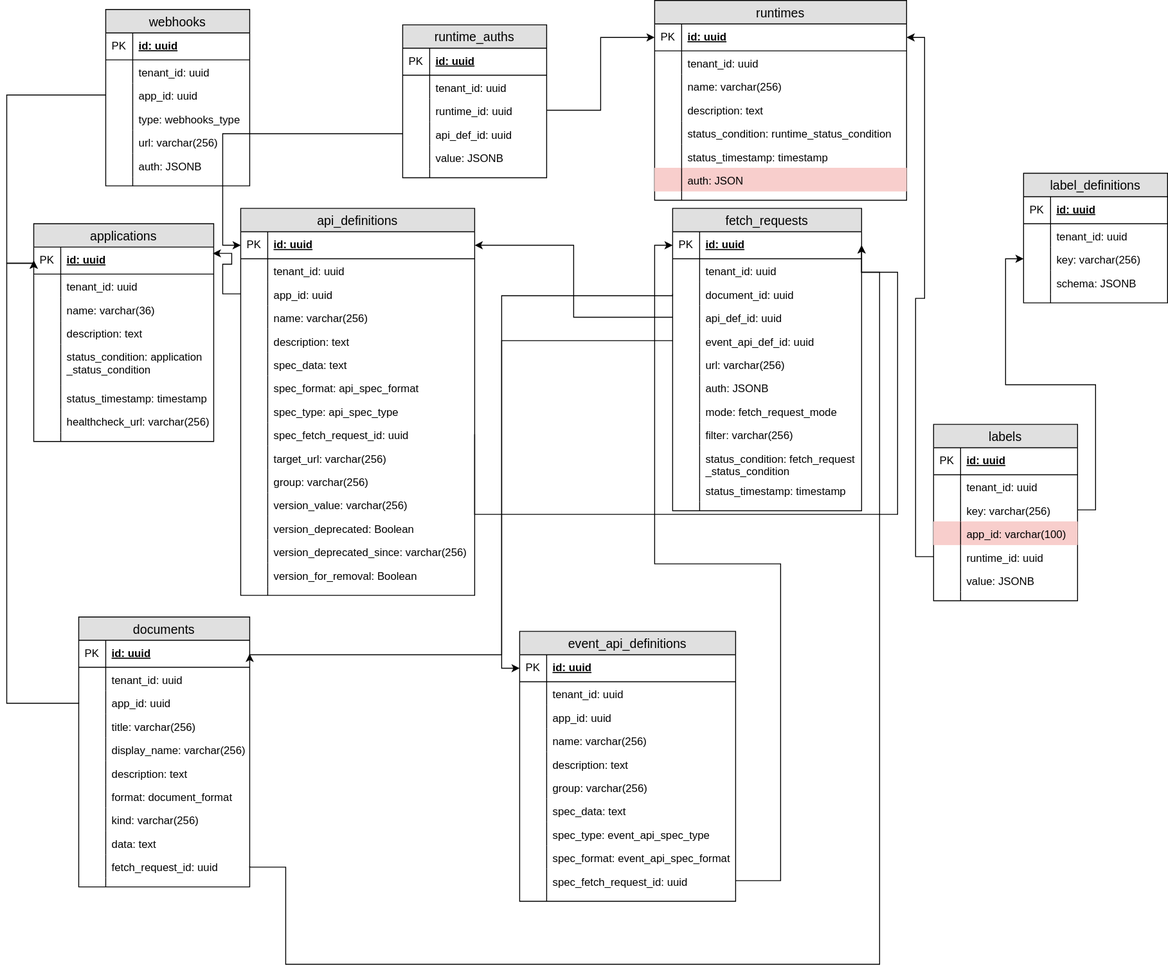
Above: docs/architecture/assets/entity_diagram.svg in kyma-incubator/compass (draw.io), before the change. Source tidied: cells renumbered, new cells last; positions are measured from the earlier drawing's top-left corner, leaving out a move shared by most shapes.
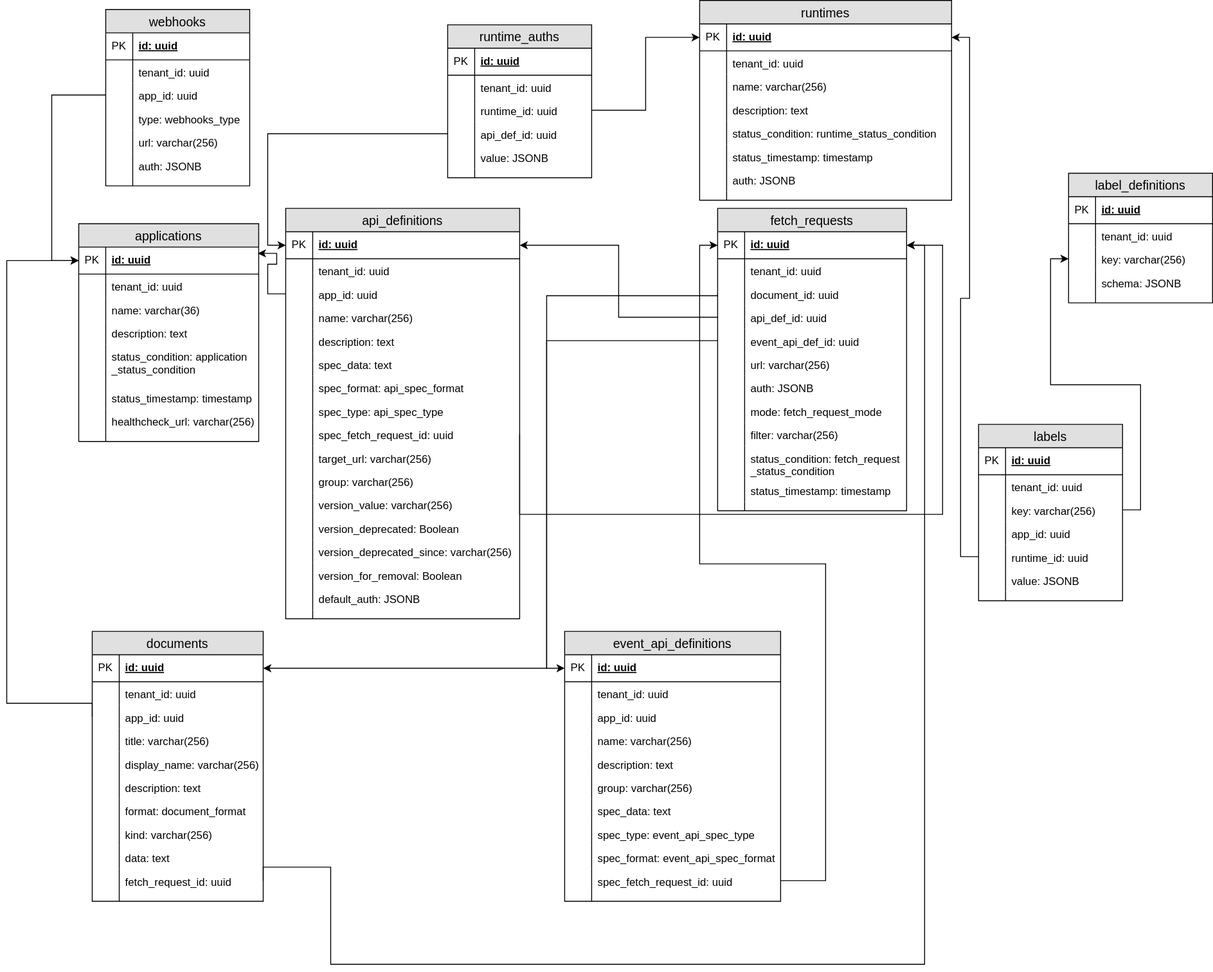
Later version of the same file.

Commit message:
Update schema and DB diagram

Change to the diagram source:
```diff
@@ -54,7 +54,7 @@
       <mxGeometry width="30" height="10" as="geometry" />
     </mxCell>
     <mxCell id="19" value="webhooks" style="swimlane;fontStyle=0;horizontal=1;startSize=26;fillColor=#e0e0e0;swimlaneFillColor=#ffffff;align=center;fontSize=14;" parent="1" vertex="1">
-      <mxGeometry x="110" y="10" width="160" height="196" as="geometry" />
+      <mxGeometry x="60" y="10" width="160" height="196" as="geometry" />
     </mxCell>
     <mxCell id="20" value="id: uuid" style="shape=partialRectangle;top=0;left=0;right=0;bottom=1;align=left;verticalAlign=middle;fillColor=none;spacingLeft=34;spacingRight=4;overflow=hidden;fontStyle=5;fontSize=12;" parent="19" vertex="1">
       <mxGeometry y="26" width="160" height="30" as="geometry" />
@@ -213,7 +213,7 @@
       <mxGeometry width="30" height="10" as="geometry" />
     </mxCell>
     <mxCell id="72" value="api_definitions" style="swimlane;fontStyle=0;horizontal=1;startSize=26;fillColor=#e0e0e0;swimlaneFillColor=#ffffff;align=center;fontSize=14;" parent="1" vertex="1">
-      <mxGeometry x="260" y="231" width="260" height="430" as="geometry" />
+      <mxGeometry x="260" y="231" width="260" height="456" as="geometry" />
     </mxCell>
     <mxCell id="73" value="id: uuid" style="shape=partialRectangle;top=0;left=0;right=0;bottom=1;align=left;verticalAlign=middle;fillColor=none;spacingLeft=34;spacingRight=4;overflow=hidden;points=[[0,0.5],[1,0.5]];portConstraint=eastwest;fontStyle=5;fontSize=12;" parent="72" vertex="1">
       <mxGeometry y="26" width="260" height="30" as="geometry" />
@@ -305,8 +305,14 @@
     <mxCell id="102" style="shape=partialRectangle;top=0;left=0;bottom=0;fillColor=none;align=left;verticalAlign=top;spacingLeft=4;spacingRight=4;overflow=hidden;fontSize=12;" parent="101" vertex="1">
       <mxGeometry width="30" height="26" as="geometry" />
     </mxCell>
+    <mxCell id="207" value="default_auth: JSONB" style="shape=partialRectangle;top=0;left=0;right=0;bottom=0;align=left;verticalAlign=top;fillColor=none;spacingLeft=34;spacingRight=4;overflow=hidden;fontSize=12;" parent="72" vertex="1">
+      <mxGeometry y="420" width="260" height="26" as="geometry" />
+    </mxCell>
+    <mxCell id="208" style="shape=partialRectangle;top=0;left=0;bottom=0;fillColor=none;align=left;verticalAlign=top;spacingLeft=4;spacingRight=4;overflow=hidden;fontSize=12;" parent="207" vertex="1">
+      <mxGeometry width="30" height="26" as="geometry" />
+    </mxCell>
     <mxCell id="103" style="shape=partialRectangle;top=0;left=0;right=0;bottom=0;align=left;verticalAlign=top;fillColor=none;spacingLeft=34;spacingRight=4;overflow=hidden;fontSize=12;" parent="72" vertex="1">
-      <mxGeometry y="420" width="260" height="10" as="geometry" />
+      <mxGeometry y="446" width="260" height="10" as="geometry" />
     </mxCell>
     <mxCell id="104" style="shape=partialRectangle;top=0;left=0;bottom=0;fillColor=none;align=left;verticalAlign=top;spacingLeft=4;spacingRight=4;overflow=hidden;fontSize=12;" parent="103" vertex="1">
       <mxGeometry width="30" height="10" as="geometry" />
@@ -381,7 +387,7 @@
       <mxGeometry width="30" height="10" as="geometry" />
     </mxCell>
     <mxCell id="128" value="documents" style="swimlane;fontStyle=0;horizontal=1;startSize=26;fillColor=#e0e0e0;swimlaneFillColor=#ffffff;align=center;fontSize=14;" parent="1" vertex="1">
-      <mxGeometry x="80" y="685" width="190" height="300" as="geometry" />
+      <mxGeometry x="45" y="701" width="190" height="300" as="geometry" />
     </mxCell>
     <mxCell id="129" value="id: uuid" style="shape=partialRectangle;top=0;left=0;right=0;bottom=1;align=left;verticalAlign=middle;fillColor=none;spacingLeft=34;spacingRight=4;overflow=hidden;points=[[0,0.5],[1,0.5]];portConstraint=eastwest;fontStyle=5;fontSize=12;" parent="128" vertex="1">
       <mxGeometry y="26" width="190" height="30" as="geometry" />
@@ -453,7 +459,7 @@
       <mxGeometry relative="1" as="geometry">
         <Array as="points">
           <mxPoint y="105" />
-          <mxPoint y="292" />
+          <mxPoint y="289" />
         </Array>
       </mxGeometry>
     </mxCell>
@@ -466,8 +472,9 @@
     <mxCell id="154" style="edgeStyle=orthogonalEdgeStyle;rounded=0;jettySize=auto;html=1;exitX=0;exitY=0.5;exitDx=0;exitDy=0;entryX=1;entryY=0.5;entryDx=0;entryDy=0;" parent="1" edge="1" source="52" target="129">
       <mxGeometry relative="1" as="geometry">
         <Array as="points">
+          <mxPoint x="740" y="328" />
           <mxPoint x="550" y="328" />
-          <mxPoint x="550" y="727" />
+          <mxPoint x="550" y="742" />
         </Array>
       </mxGeometry>
     </mxCell>
@@ -490,11 +497,11 @@
     <mxCell id="158" style="edgeStyle=orthogonalEdgeStyle;rounded=0;jettySize=auto;html=1;exitX=1;exitY=0.5;exitDx=0;exitDy=0;entryX=1;entryY=0.5;entryDx=0;entryDy=0;" parent="1" edge="1" source="147" target="48">
       <mxGeometry relative="1" as="geometry">
         <Array as="points">
+          <mxPoint x="235" y="963" />
           <mxPoint x="310" y="963" />
           <mxPoint x="310" y="1071" />
           <mxPoint x="970" y="1071" />
-          <mxPoint x="970" y="302" />
-          <mxPoint x="950" y="302" />
+          <mxPoint x="970" y="272" />
         </Array>
       </mxGeometry>
     </mxCell>
@@ -503,7 +510,7 @@
         <Array as="points">
           <mxPoint x="520" y="571" />
           <mxPoint x="990" y="571" />
-          <mxPoint x="990" y="302" />
+          <mxPoint x="990" y="272" />
         </Array>
       </mxGeometry>
     </mxCell>
@@ -513,8 +520,9 @@
     <mxCell id="161" style="edgeStyle=orthogonalEdgeStyle;rounded=0;jettySize=auto;html=1;exitX=0;exitY=0.5;exitDx=0;exitDy=0;entryX=0;entryY=0.5;entryDx=0;entryDy=0;" parent="1" edge="1" source="133" target="3">
       <mxGeometry relative="1" as="geometry">
         <Array as="points">
-          <mxPoint y="781" />
-          <mxPoint y="292" />
+          <mxPoint x="45" y="781" />
+          <mxPoint x="-50" y="781" />
+          <mxPoint x="-50" y="289" />
         </Array>
       </mxGeometry>
     </mxCell>
@@ -557,7 +565,7 @@
     <mxCell id="174" style="shape=partialRectangle;top=0;left=0;bottom=0;fillColor=none;align=left;verticalAlign=top;spacingLeft=4;spacingRight=4;overflow=hidden;fontSize=12;" parent="173" vertex="1">
       <mxGeometry width="30" height="26" as="geometry" />
     </mxCell>
-    <mxCell id="175" value="auth: JSON" style="shape=partialRectangle;top=0;left=0;right=0;bottom=0;align=left;verticalAlign=top;fillColor=#f8cecc;spacingLeft=34;spacingRight=4;overflow=hidden;fontSize=12;strokeColor=#b85450;" parent="162" vertex="1">
+    <mxCell id="175" value="auth: JSONB" style="shape=partialRectangle;top=0;left=0;right=0;bottom=0;align=left;verticalAlign=top;spacingLeft=34;spacingRight=4;overflow=hidden;fontSize=12;fillColor=none;" parent="162" vertex="1">
       <mxGeometry y="186" width="280" height="26" as="geometry" />
     </mxCell>
     <mxCell id="176" style="shape=partialRectangle;top=0;left=0;bottom=0;fillColor=none;align=left;verticalAlign=top;spacingLeft=4;spacingRight=4;overflow=hidden;fontSize=12;" parent="175" vertex="1">
@@ -623,7 +631,7 @@
     <mxCell id="196" style="shape=partialRectangle;top=0;left=0;bottom=0;fillColor=none;align=left;verticalAlign=top;spacingLeft=4;spacingRight=4;overflow=hidden;fontSize=12;" parent="195" vertex="1">
       <mxGeometry width="30" height="26" as="geometry" />
     </mxCell>
-    <mxCell id="197" value="app_id: varchar(100)" style="shape=partialRectangle;top=0;left=0;right=0;bottom=0;align=left;verticalAlign=top;fillColor=#f8cecc;spacingLeft=34;spacingRight=4;overflow=hidden;fontSize=12;strokeColor=#b85450;" parent="190" vertex="1">
+    <mxCell id="197" value="app_id: uuid" style="shape=partialRectangle;top=0;left=0;right=0;bottom=0;align=left;verticalAlign=top;fillColor=none;spacingLeft=34;spacingRight=4;overflow=hidden;fontSize=12;strokeColor=#b85450;" parent="190" vertex="1">
       <mxGeometry y="108" width="160" height="26" as="geometry" />
     </mxCell>
     <mxCell id="198" style="shape=partialRectangle;top=0;left=0;bottom=0;fillColor=none;align=left;verticalAlign=top;spacingLeft=4;spacingRight=4;overflow=hidden;fontSize=12;" parent="197" vertex="1">
```
